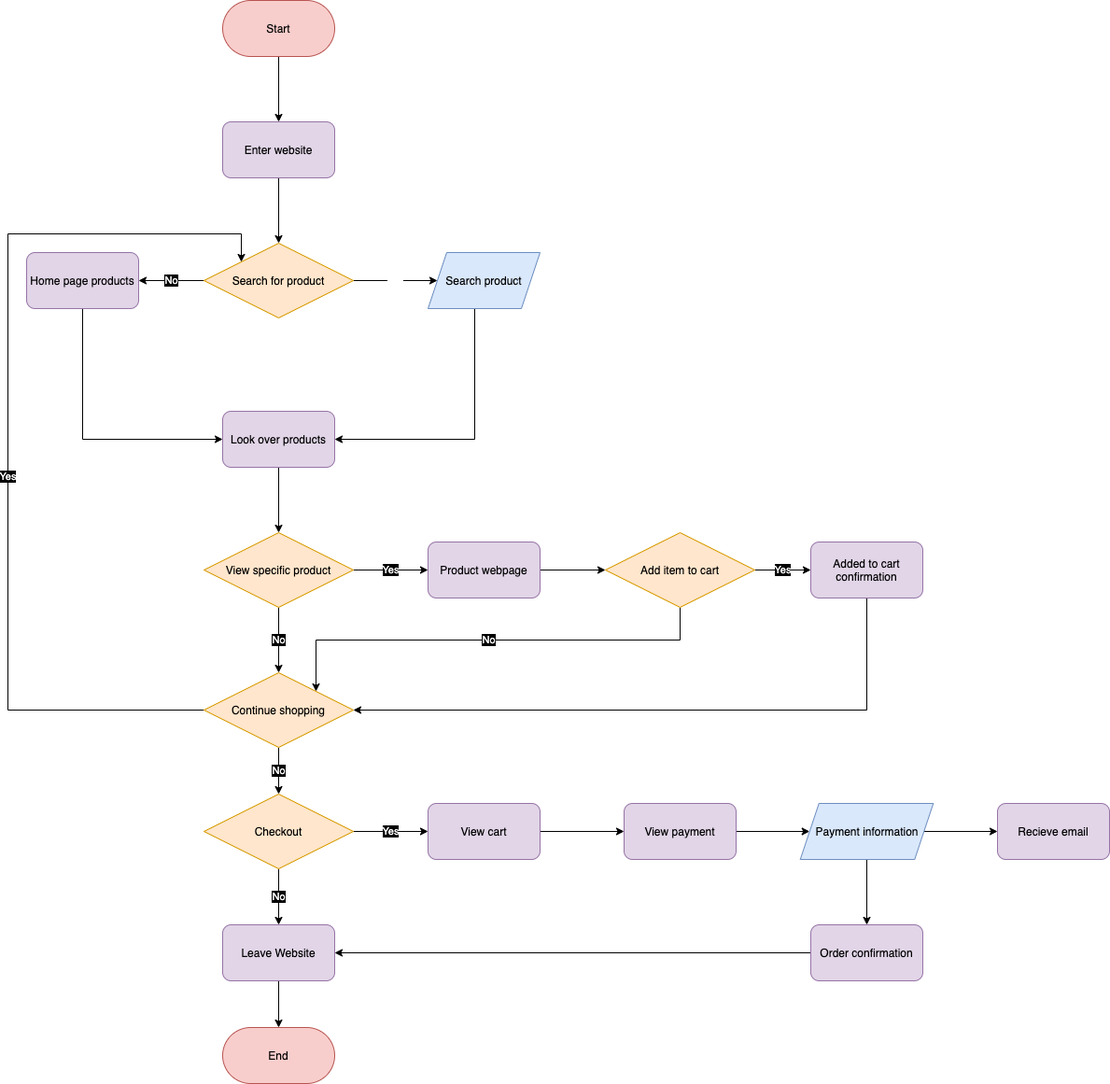
anishatwal/sp21-cse110-lab4 keeps this draw.io diagram as part2/part2.drawio.png. Above is the earlier version. Source tidied: cells renumbered, new cells last; positions are measured from the earlier drawing's top-left corner, leaving out a move shared by most shapes.
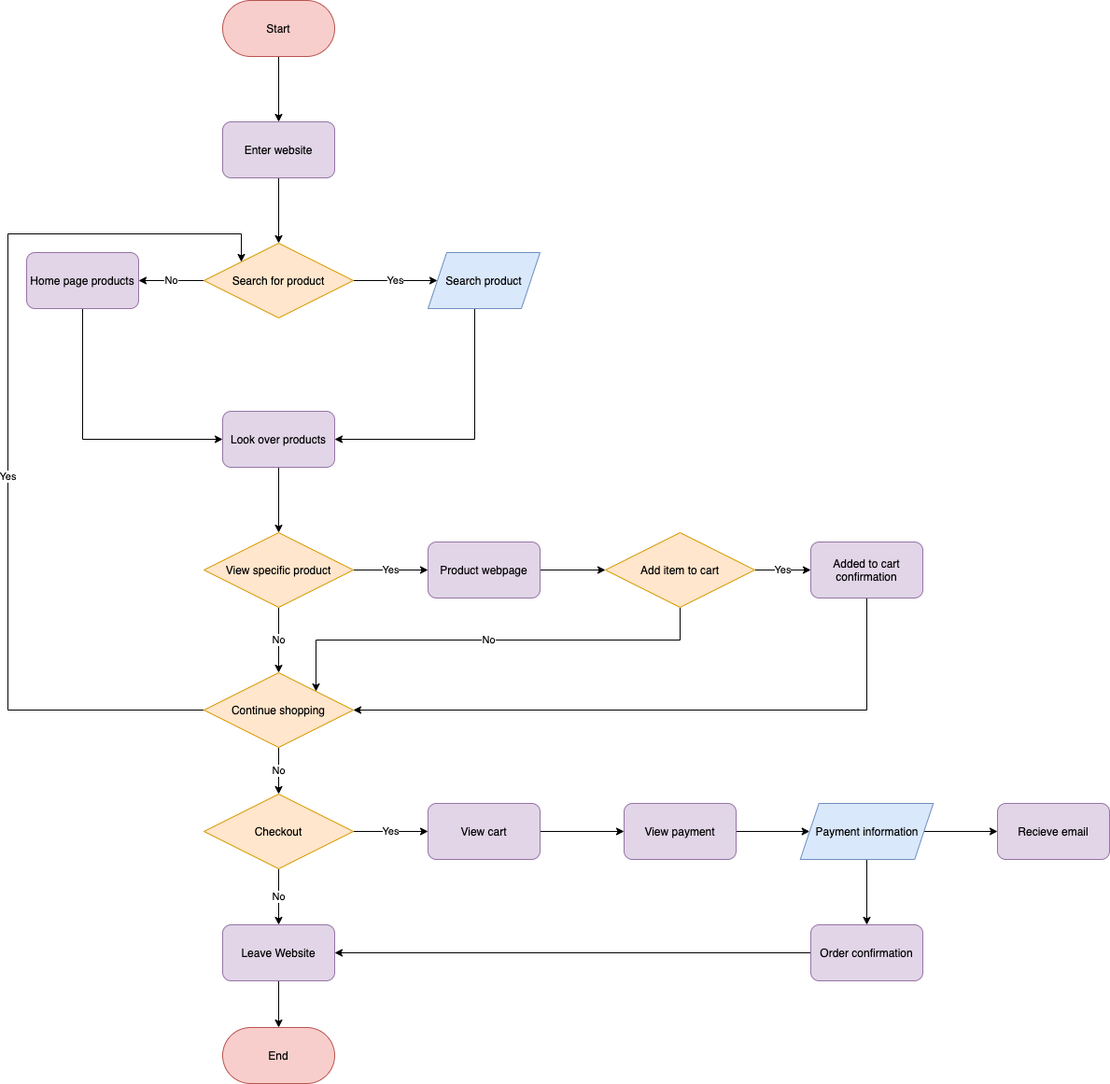
Above is the later version.

Change to the diagram source:
```diff
@@ -8,10 +8,10 @@
     <mxCell id="3" value="&lt;font color=&quot;#000000&quot;&gt;Start&lt;/font&gt;" style="rounded=1;whiteSpace=wrap;html=1;arcSize=50;fillColor=#f8cecc;strokeColor=#b85450;" parent="1" vertex="1">
       <mxGeometry x="230" width="120" height="60" as="geometry" />
     </mxCell>
-    <mxCell id="4" value="Yes" style="edgeStyle=orthogonalEdgeStyle;rounded=0;jettySize=auto;html=1;exitX=1;exitY=0.5;exitDx=0;exitDy=0;entryX=0;entryY=0.5;entryDx=0;entryDy=0;fontColor=#FFFFFF;" parent="1" edge="1" source="6" target="12">
+    <mxCell id="4" value="&lt;font color=&quot;#000000&quot; style=&quot;background-color: rgb(255 , 255 , 255)&quot;&gt;Yes&lt;/font&gt;" style="edgeStyle=orthogonalEdgeStyle;rounded=0;jettySize=auto;html=1;exitX=1;exitY=0.5;exitDx=0;exitDy=0;entryX=0;entryY=0.5;entryDx=0;entryDy=0;fontColor=#FFFFFF;labelBackgroundColor=#000000;" parent="1" edge="1" source="6" target="12">
       <mxGeometry relative="1" as="geometry" />
     </mxCell>
-    <mxCell id="5" value="No" style="edgeStyle=orthogonalEdgeStyle;rounded=0;jettySize=auto;exitX=0;exitY=0.5;exitDx=0;exitDy=0;entryX=1;entryY=0.5;entryDx=0;entryDy=0;fontColor=#FFFFFF;labelBackgroundColor=#000000;html=1;" parent="1" edge="1" source="6" target="42">
+    <mxCell id="5" value="&lt;font color=&quot;#000000&quot; style=&quot;background-color: rgb(255 , 255 , 255)&quot;&gt;No&lt;/font&gt;" style="edgeStyle=orthogonalEdgeStyle;rounded=0;jettySize=auto;exitX=0;exitY=0.5;exitDx=0;exitDy=0;entryX=1;entryY=0.5;entryDx=0;entryDy=0;fontColor=#FFFFFF;labelBackgroundColor=#000000;html=1;" parent="1" edge="1" source="6" target="42">
       <mxGeometry relative="1" as="geometry" />
     </mxCell>
     <mxCell id="6" value="&lt;font color=&quot;#000000&quot;&gt;Search for product&lt;/font&gt;" style="rhombus;whiteSpace=wrap;html=1;fillColor=#ffe6cc;strokeColor=#d79b00;" parent="1" vertex="1">
@@ -40,25 +40,25 @@
     <mxCell id="12" value="&lt;font color=&quot;#000000&quot;&gt;Search product&lt;/font&gt;" style="shape=parallelogram;perimeter=parallelogramPerimeter;whiteSpace=wrap;html=1;fixedSize=1;fillColor=#dae8fc;strokeColor=#6c8ebf;" parent="1" vertex="1">
       <mxGeometry x="450" y="270" width="120" height="60" as="geometry" />
     </mxCell>
-    <mxCell id="13" value="&lt;span style=&quot;background-color: rgb(0 , 0 , 0)&quot;&gt;No&lt;/span&gt;" style="edgeStyle=orthogonalEdgeStyle;rounded=0;jettySize=auto;html=1;exitX=0.5;exitY=1;exitDx=0;exitDy=0;entryX=0.5;entryY=0;entryDx=0;entryDy=0;fontColor=#FFFFFF;" parent="1" edge="1" source="15" target="21">
+    <mxCell id="13" value="&lt;font color=&quot;#000000&quot; style=&quot;background-color: rgb(255 , 255 , 255)&quot;&gt;No&lt;/font&gt;" style="edgeStyle=orthogonalEdgeStyle;rounded=0;jettySize=auto;html=1;exitX=0.5;exitY=1;exitDx=0;exitDy=0;entryX=0.5;entryY=0;entryDx=0;entryDy=0;fontColor=#FFFFFF;" parent="1" edge="1" source="15" target="21">
       <mxGeometry relative="1" as="geometry" />
     </mxCell>
-    <mxCell id="14" value="&lt;span style=&quot;background-color: rgb(0 , 0 , 0)&quot;&gt;Yes&lt;/span&gt;" style="edgeStyle=orthogonalEdgeStyle;rounded=0;jettySize=auto;html=1;exitX=1;exitY=0.5;exitDx=0;exitDy=0;fontColor=#FFFFFF;" parent="1" edge="1" source="15" target="25">
+    <mxCell id="14" value="&lt;font color=&quot;#000000&quot; style=&quot;background-color: rgb(255 , 255 , 255)&quot;&gt;Yes&lt;/font&gt;" style="edgeStyle=orthogonalEdgeStyle;rounded=0;jettySize=auto;html=1;exitX=1;exitY=0.5;exitDx=0;exitDy=0;fontColor=#FFFFFF;" parent="1" edge="1" source="15" target="25">
       <mxGeometry relative="1" as="geometry" />
     </mxCell>
     <mxCell id="15" value="View specific product" style="rhombus;whiteSpace=wrap;html=1;fillColor=#ffe6cc;strokeColor=#d79b00;fontColor=#000000;" parent="1" vertex="1">
       <mxGeometry x="210" y="570" width="160" height="80" as="geometry" />
     </mxCell>
-    <mxCell id="16" value="&lt;span style=&quot;background-color: rgb(0 , 0 , 0)&quot;&gt;Yes&lt;/span&gt;" style="edgeStyle=orthogonalEdgeStyle;rounded=0;jettySize=auto;html=1;exitX=1;exitY=0.5;exitDx=0;exitDy=0;fontColor=#FFFFFF;" parent="1" edge="1" source="18" target="23">
+    <mxCell id="16" value="&lt;font color=&quot;#000000&quot; style=&quot;background-color: rgb(255 , 255 , 255)&quot;&gt;Yes&lt;/font&gt;" style="edgeStyle=orthogonalEdgeStyle;rounded=0;jettySize=auto;html=1;exitX=1;exitY=0.5;exitDx=0;exitDy=0;fontColor=#FFFFFF;" parent="1" edge="1" source="18" target="23">
       <mxGeometry relative="1" as="geometry" />
     </mxCell>
-    <mxCell id="17" value="&lt;span style=&quot;background-color: rgb(0 , 0 , 0)&quot;&gt;No&lt;/span&gt;" style="edgeStyle=orthogonalEdgeStyle;rounded=0;jettySize=auto;html=1;exitX=0.5;exitY=1;exitDx=0;exitDy=0;entryX=1;entryY=0;entryDx=0;entryDy=0;fontColor=#FFFFFF;" parent="1" edge="1" source="18" target="21">
+    <mxCell id="17" value="&lt;font color=&quot;#000000&quot; style=&quot;background-color: rgb(255 , 255 , 255)&quot;&gt;No&lt;/font&gt;" style="edgeStyle=orthogonalEdgeStyle;rounded=0;jettySize=auto;html=1;exitX=0.5;exitY=1;exitDx=0;exitDy=0;entryX=1;entryY=0;entryDx=0;entryDy=0;fontColor=#FFFFFF;" parent="1" edge="1" source="18" target="21">
       <mxGeometry relative="1" as="geometry" />
     </mxCell>
     <mxCell id="18" value="Add item to cart" style="rhombus;whiteSpace=wrap;html=1;fillColor=#ffe6cc;strokeColor=#d79b00;fontColor=#000000;" parent="1" vertex="1">
       <mxGeometry x="640" y="570" width="160" height="80" as="geometry" />
     </mxCell>
-    <mxCell id="19" value="Yes" style="edgeStyle=orthogonalEdgeStyle;rounded=0;jettySize=auto;html=1;exitX=0;exitY=0.5;exitDx=0;exitDy=0;entryX=0;entryY=0;entryDx=0;entryDy=0;fontColor=#FFFFFF;labelBackgroundColor=#000000;" parent="1" edge="1" source="21" target="6">
+    <mxCell id="19" value="&lt;font color=&quot;#000000&quot; style=&quot;background-color: rgb(255 , 255 , 255)&quot;&gt;Yes&lt;/font&gt;" style="edgeStyle=orthogonalEdgeStyle;rounded=0;jettySize=auto;html=1;exitX=0;exitY=0.5;exitDx=0;exitDy=0;entryX=0;entryY=0;entryDx=0;entryDy=0;fontColor=#FFFFFF;labelBackgroundColor=#000000;" parent="1" edge="1" source="21" target="6">
       <mxGeometry x="-0.08" relative="1" as="geometry">
         <Array as="points">
           <mxPoint y="760" />
@@ -67,7 +67,7 @@
         </Array>
       </mxGeometry>
     </mxCell>
-    <mxCell id="20" value="&lt;span style=&quot;background-color: rgb(0 , 0 , 0)&quot;&gt;No&lt;/span&gt;" style="edgeStyle=orthogonalEdgeStyle;rounded=0;jettySize=auto;html=1;exitX=0.5;exitY=1;exitDx=0;exitDy=0;entryX=0.5;entryY=0;entryDx=0;entryDy=0;fontColor=#FFFFFF;" parent="1" edge="1" source="21" target="28">
+    <mxCell id="20" value="&lt;font color=&quot;#000000&quot; style=&quot;background-color: rgb(255 , 255 , 255)&quot;&gt;No&lt;/font&gt;" style="edgeStyle=orthogonalEdgeStyle;rounded=0;jettySize=auto;html=1;exitX=0.5;exitY=1;exitDx=0;exitDy=0;entryX=0.5;entryY=0;entryDx=0;entryDy=0;fontColor=#FFFFFF;" parent="1" edge="1" source="21" target="28">
       <mxGeometry relative="1" as="geometry" />
     </mxCell>
     <mxCell id="21" value="Continue shopping" style="rhombus;whiteSpace=wrap;html=1;fillColor=#ffe6cc;strokeColor=#d79b00;fontColor=#000000;" parent="1" vertex="1">
@@ -85,10 +85,10 @@
     <mxCell id="25" value="Product webpage" style="rounded=1;whiteSpace=wrap;html=1;fillColor=#e1d5e7;strokeColor=#9673a6;fontColor=#000000;" parent="1" vertex="1">
       <mxGeometry x="450" y="580" width="120" height="60" as="geometry" />
     </mxCell>
-    <mxCell id="26" value="&lt;span style=&quot;background-color: rgb(0 , 0 , 0)&quot;&gt;No&lt;/span&gt;" style="edgeStyle=orthogonalEdgeStyle;rounded=0;jettySize=auto;html=1;exitX=0.5;exitY=1;exitDx=0;exitDy=0;entryX=0.5;entryY=0;entryDx=0;entryDy=0;fontColor=#FFFFFF;" parent="1" edge="1" source="28" target="30">
+    <mxCell id="26" value="&lt;font color=&quot;#000000&quot; style=&quot;background-color: rgb(255 , 255 , 255)&quot;&gt;No&lt;/font&gt;" style="edgeStyle=orthogonalEdgeStyle;rounded=0;jettySize=auto;html=1;exitX=0.5;exitY=1;exitDx=0;exitDy=0;entryX=0.5;entryY=0;entryDx=0;entryDy=0;fontColor=#FFFFFF;" parent="1" edge="1" source="28" target="30">
       <mxGeometry relative="1" as="geometry" />
     </mxCell>
-    <mxCell id="27" value="&lt;span style=&quot;background-color: rgb(0 , 0 , 0)&quot;&gt;Yes&lt;/span&gt;" style="edgeStyle=orthogonalEdgeStyle;rounded=0;jettySize=auto;html=1;exitX=1;exitY=0.5;exitDx=0;exitDy=0;entryX=0;entryY=0.5;entryDx=0;entryDy=0;fontColor=#FFFFFF;" parent="1" edge="1" source="28" target="33">
+    <mxCell id="27" value="&lt;font color=&quot;#000000&quot; style=&quot;background-color: rgb(255 , 255 , 255)&quot;&gt;Yes&lt;/font&gt;" style="edgeStyle=orthogonalEdgeStyle;rounded=0;jettySize=auto;html=1;exitX=1;exitY=0.5;exitDx=0;exitDy=0;entryX=0;entryY=0.5;entryDx=0;entryDy=0;fontColor=#FFFFFF;" parent="1" edge="1" source="28" target="33">
       <mxGeometry relative="1" as="geometry" />
     </mxCell>
     <mxCell id="28" value="Checkout" style="rhombus;whiteSpace=wrap;html=1;fillColor=#ffe6cc;strokeColor=#d79b00;fontColor=#000000;" parent="1" vertex="1">
```
